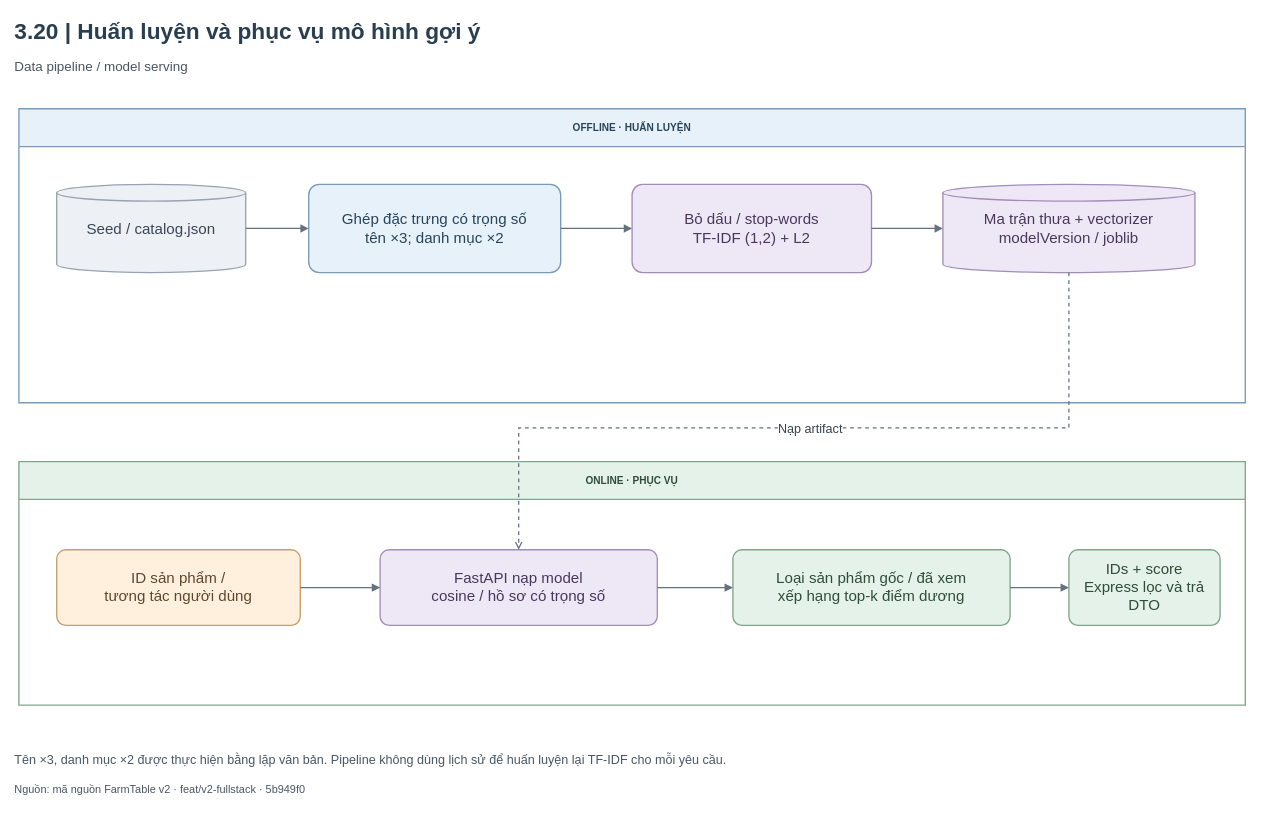
Before: FarmTable_Chuong3/So_do_BA/drawio/Hinh_3_20.drawio in hathu1272006-eng/PTWnangcao, a draw.io diagram. Source tidied: cells renumbered, new cells numbered last; positions are measured from the earlier drawing's top-left corner, leaving out a move shared by most shapes. Both pictures are drawn from the tidied source at 84%, with x=0, y=0 at pixel (14, 14).
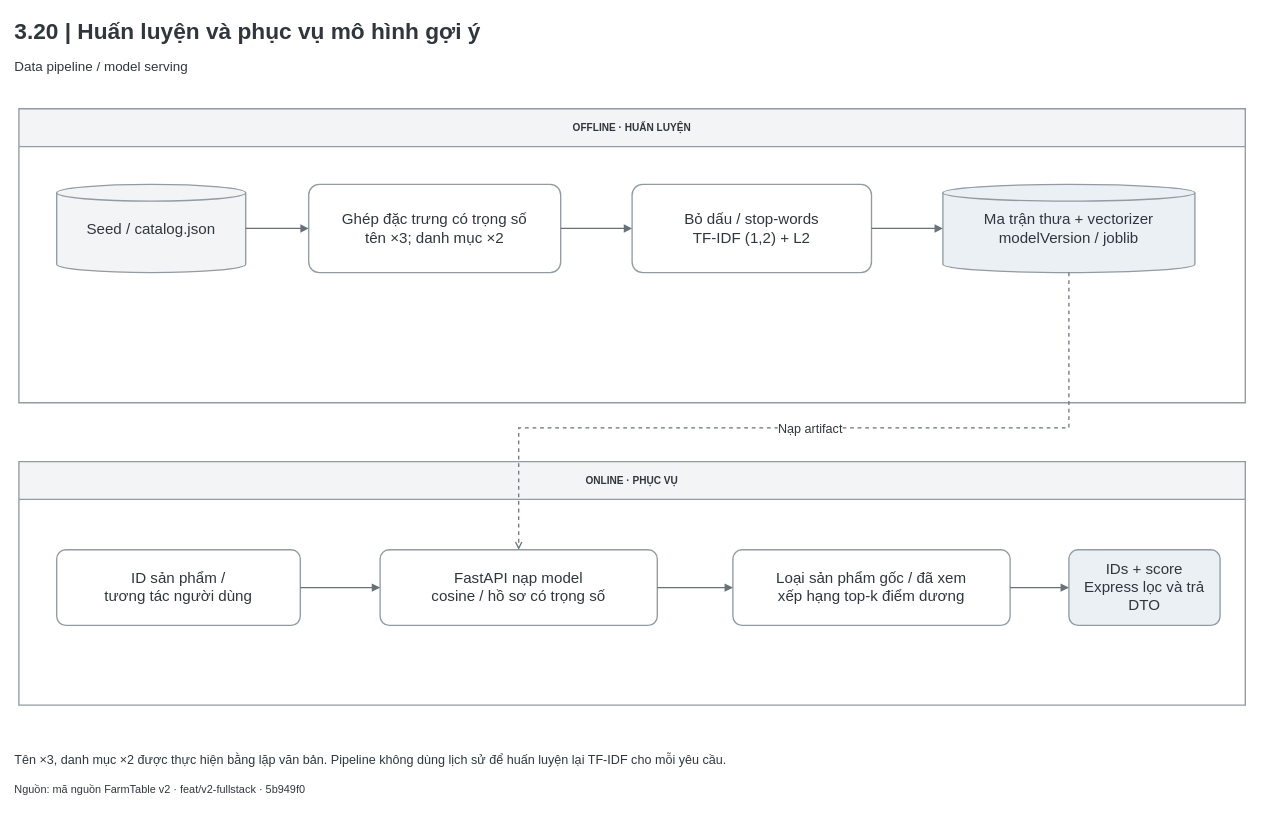
The same diagram, later.

Change to the diagram source:
```diff
@@
-    <mxCell id="2" value="3.20  |  Huấn luyện và phục vụ mô hình gợi ý" style="html=1;whiteSpace=wrap;fontFamily=Arial;fontSize=18;strokeColor=#245C47;strokeWidth=1.6;fillColor=#FFFFFF;spacing=8;text;strokeColor=none;fillColor=none;align=left;verticalAlign=middle;fontSize=27;fontStyle=1;spacing=0;fontColor=#293E50;" parent="1" vertex="1">
+    <mxCell id="2" value="3.20  |  Huấn luyện và phục vụ mô hình gợi ý" style="html=1;whiteSpace=wrap;fontFamily=Arial;fontSize=18;strokeColor=#245C47;strokeWidth=1.6;fillColor=#FFFFFF;spacing=8;text;strokeColor=none;fillColor=none;align=left;verticalAlign=middle;fontSize=27;fontStyle=1;spacing=0;fontColor=#30363D;" parent="1" vertex="1">
       <mxGeometry width="1480" height="40" as="geometry" />
     </mxCell>
-    <mxCell id="3" value="Data pipeline / model serving" style="html=1;whiteSpace=wrap;fontFamily=Arial;fontSize=18;strokeColor=#245C47;strokeWidth=1.6;fillColor=#FFFFFF;spacing=8;text;strokeColor=none;fillColor=none;align=left;verticalAlign=middle;fontSize=16;fontStyle=0;spacing=0;fontColor=#4A5563;" parent="1" vertex="1">
+    <mxCell id="3" value="Data pipeline / model serving" style="html=1;whiteSpace=wrap;fontFamily=Arial;fontSize=18;strokeColor=#245C47;strokeWidth=1.6;fillColor=#FFFFFF;spacing=8;text;strokeColor=none;fillColor=none;align=left;verticalAlign=middle;fontSize=16;fontStyle=0;spacing=0;fontColor=#30363D;" parent="1" vertex="1">
       <mxGeometry y="47" width="1480" height="28" as="geometry" />
     </mxCell>
-    <mxCell id="4" value="OFFLINE · HUẤN LUYỆN" style="html=1;whiteSpace=wrap;fontFamily=Arial;fontSize=18;strokeWidth=1.6;spacing=8;swimlane;horizontal=1;startSize=45;fontStyle=1;fillColor=#E7F1FA;strokeColor=#789AB8;fontColor=#29445A;swimlaneFillColor=#FFFFFF;" parent="1" vertex="1">
+    <mxCell id="4" value="OFFLINE · HUẤN LUYỆN" style="html=1;whiteSpace=wrap;fontFamily=Arial;fontSize=18;strokeWidth=1.6;spacing=8;swimlane;horizontal=1;startSize=45;fontStyle=1;fillColor=#F3F4F5;strokeColor=#929AA3;fontColor=#30363D;swimlaneFillColor=#FFFFFF;" parent="1" vertex="1">
       <mxGeometry x="5" y="112" width="1460" height="350" as="geometry" />
     </mxCell>
-    <mxCell id="5" value="Seed / catalog.json" style="html=1;whiteSpace=wrap;fontFamily=Arial;fontSize=18;strokeWidth=1.6;spacing=8;shape=cylinder3;size=10;fillColor=#EDF0F4;strokeColor=#98A3B1;fontColor=#3B4655;" parent="4" vertex="1">
+    <mxCell id="5" value="Seed / catalog.json" style="html=1;whiteSpace=wrap;fontFamily=Arial;fontSize=18;strokeWidth=1.6;spacing=8;shape=cylinder3;size=10;fillColor=#F3F4F5;strokeColor=#929AA3;fontColor=#30363D;" parent="4" vertex="1">
       <mxGeometry x="45" y="90" width="225" height="105" as="geometry" />
     </mxCell>
-    <mxCell id="6" value="Ghép đặc trưng có trọng số&lt;br/&gt;tên ×3; danh mục ×2" style="html=1;whiteSpace=wrap;fontFamily=Arial;fontSize=18;strokeWidth=1.6;spacing=8;rounded=1;arcSize=12;fillColor=#E7F1FA;strokeColor=#789AB8;fontColor=#29445A;" parent="4" vertex="1">
+    <mxCell id="6" value="Ghép đặc trưng có trọng số&lt;br/&gt;tên ×3; danh mục ×2" style="html=1;whiteSpace=wrap;fontFamily=Arial;fontSize=18;strokeWidth=1.6;spacing=8;rounded=1;arcSize=12;fillColor=#FFFFFF;strokeColor=#929AA3;fontColor=#30363D;" parent="4" vertex="1">
       <mxGeometry x="345" y="90" width="300" height="105" as="geometry" />
     </mxCell>
-    <mxCell id="7" value="Bỏ dấu / stop-words&lt;br/&gt;TF-IDF (1,2) + L2" style="html=1;whiteSpace=wrap;fontFamily=Arial;fontSize=18;strokeWidth=1.6;spacing=8;rounded=1;arcSize=12;fillColor=#EEE8F6;strokeColor=#A28DB9;fontColor=#49385B;" parent="4" vertex="1">
+    <mxCell id="7" value="Bỏ dấu / stop-words&lt;br/&gt;TF-IDF (1,2) + L2" style="html=1;whiteSpace=wrap;fontFamily=Arial;fontSize=18;strokeWidth=1.6;spacing=8;rounded=1;arcSize=12;fillColor=#FFFFFF;strokeColor=#929AA3;fontColor=#30363D;" parent="4" vertex="1">
       <mxGeometry x="730" y="90" width="285" height="105" as="geometry" />
     </mxCell>
-    <mxCell id="8" value="Ma trận thưa + vectorizer&lt;br/&gt;modelVersion / joblib" style="html=1;whiteSpace=wrap;fontFamily=Arial;fontSize=18;strokeWidth=1.6;spacing=8;shape=cylinder3;size=10;fillColor=#EEE8F6;strokeColor=#A28DB9;fontColor=#49385B;" parent="4" vertex="1">
+    <mxCell id="8" value="Ma trận thưa + vectorizer&lt;br/&gt;modelVersion / joblib" style="html=1;whiteSpace=wrap;fontFamily=Arial;fontSize=18;strokeWidth=1.6;spacing=8;shape=cylinder3;size=10;fillColor=#EAF0F3;strokeColor=#929AA3;fontColor=#30363D;" parent="4" vertex="1">
       <mxGeometry x="1100" y="90" width="300" height="105" as="geometry" />
     </mxCell>
-    <mxCell id="9" value="ONLINE · PHỤC VỤ" style="html=1;whiteSpace=wrap;fontFamily=Arial;fontSize=18;strokeWidth=1.6;spacing=8;swimlane;horizontal=1;startSize=45;fontStyle=1;fillColor=#E4F2E9;strokeColor=#7FA58B;fontColor=#304D3A;swimlaneFillColor=#FFFFFF;" parent="1" vertex="1">
+    <mxCell id="9" value="ONLINE · PHỤC VỤ" style="html=1;whiteSpace=wrap;fontFamily=Arial;fontSize=18;strokeWidth=1.6;spacing=8;swimlane;horizontal=1;startSize=45;fontStyle=1;fillColor=#F3F4F5;strokeColor=#929AA3;fontColor=#30363D;swimlaneFillColor=#FFFFFF;" parent="1" vertex="1">
       <mxGeometry x="5" y="532" width="1460" height="290" as="geometry" />
     </mxCell>
-    <mxCell id="10" value="ID sản phẩm /&lt;br/&gt;tương tác người dùng" style="html=1;whiteSpace=wrap;fontFamily=Arial;fontSize=18;strokeWidth=1.6;spacing=8;rounded=1;arcSize=12;fillColor=#FFF0DD;strokeColor=#C5A06C;fontColor=#5E482C;" parent="9" vertex="1">
+    <mxCell id="10" value="ID sản phẩm /&lt;br/&gt;tương tác người dùng" style="html=1;whiteSpace=wrap;fontFamily=Arial;fontSize=18;strokeWidth=1.6;spacing=8;rounded=1;arcSize=12;fillColor=#FFFFFF;strokeColor=#929AA3;fontColor=#30363D;" parent="9" vertex="1">
       <mxGeometry x="45" y="105" width="290" height="90" as="geometry" />
     </mxCell>
-    <mxCell id="11" value="FastAPI nạp model&lt;br/&gt;cosine / hồ sơ có trọng số" style="html=1;whiteSpace=wrap;fontFamily=Arial;fontSize=18;strokeWidth=1.6;spacing=8;rounded=1;arcSize=12;fillColor=#EEE8F6;strokeColor=#A28DB9;fontColor=#49385B;" parent="9" vertex="1">
+    <mxCell id="11" value="FastAPI nạp model&lt;br/&gt;cosine / hồ sơ có trọng số" style="html=1;whiteSpace=wrap;fontFamily=Arial;fontSize=18;strokeWidth=1.6;spacing=8;rounded=1;arcSize=12;fillColor=#FFFFFF;strokeColor=#929AA3;fontColor=#30363D;" parent="9" vertex="1">
       <mxGeometry x="430" y="105" width="330" height="90" as="geometry" />
     </mxCell>
-    <mxCell id="12" value="Loại sản phẩm gốc / đã xem&lt;br/&gt;xếp hạng top-k điểm dương" style="html=1;whiteSpace=wrap;fontFamily=Arial;fontSize=18;strokeWidth=1.6;spacing=8;rounded=1;arcSize=12;fillColor=#E4F2E9;strokeColor=#7FA58B;fontColor=#304D3A;" parent="9" vertex="1">
+    <mxCell id="12" value="Loại sản phẩm gốc / đã xem&lt;br/&gt;xếp hạng top-k điểm dương" style="html=1;whiteSpace=wrap;fontFamily=Arial;fontSize=18;strokeWidth=1.6;spacing=8;rounded=1;arcSize=12;fillColor=#FFFFFF;strokeColor=#929AA3;fontColor=#30363D;" parent="9" vertex="1">
       <mxGeometry x="850" y="105" width="330" height="90" as="geometry" />
     </mxCell>
-    <mxCell id="13" value="IDs + score&lt;br/&gt;Express lọc và trả DTO" style="html=1;whiteSpace=wrap;fontFamily=Arial;fontSize=18;strokeWidth=1.6;spacing=8;rounded=1;arcSize=12;fillColor=#E4F2E9;strokeColor=#7FA58B;fontColor=#304D3A;" parent="9" vertex="1">
+    <mxCell id="13" value="IDs + score&lt;br/&gt;Express lọc và trả DTO" style="html=1;whiteSpace=wrap;fontFamily=Arial;fontSize=18;strokeWidth=1.6;spacing=8;rounded=1;arcSize=12;fillColor=#EAF0F3;strokeColor=#929AA3;fontColor=#30363D;" parent="9" vertex="1">
       <mxGeometry x="1250" y="105" width="180" height="90" as="geometry" />
     </mxCell>
-    <mxCell id="14" style="edgeStyle=orthogonalEdgeStyle;rounded=0;jettySize=20;html=1;fontFamily=Arial;fontSize=15;labelBackgroundColor=#FFFFFF;strokeWidth=1.5;endArrow=block;endFill=1;exitX=1;exitY=0.5;entryX=0;entryY=0.5;exitDx=0;exitDy=0;entryDx=0;entryDy=0;strokeColor=#65717D;fontColor=#364152;" parent="1" edge="1" source="5" target="6">
+    <mxCell id="14" style="edgeStyle=orthogonalEdgeStyle;rounded=0;jettySize=20;html=1;fontFamily=Arial;fontSize=15;labelBackgroundColor=#FFFFFF;strokeWidth=1.5;endArrow=block;endFill=1;exitX=1;exitY=0.5;entryX=0;entryY=0.5;exitDx=0;exitDy=0;entryDx=0;entryDy=0;strokeColor=#68717A;fontColor=#30363D;" parent="1" edge="1" source="5" target="6">
       <mxGeometry relative="1" as="geometry" />
     </mxCell>
-    <mxCell id="15" style="edgeStyle=orthogonalEdgeStyle;rounded=0;jettySize=20;html=1;fontFamily=Arial;fontSize=15;labelBackgroundColor=#FFFFFF;strokeWidth=1.5;endArrow=block;endFill=1;exitX=1;exitY=0.5;entryX=0;entryY=0.5;exitDx=0;exitDy=0;entryDx=0;entryDy=0;strokeColor=#65717D;fontColor=#364152;" parent="1" edge="1" source="6" target="7">
+    <mxCell id="15" style="edgeStyle=orthogonalEdgeStyle;rounded=0;jettySize=20;html=1;fontFamily=Arial;fontSize=15;labelBackgroundColor=#FFFFFF;strokeWidth=1.5;endArrow=block;endFill=1;exitX=1;exitY=0.5;entryX=0;entryY=0.5;exitDx=0;exitDy=0;entryDx=0;entryDy=0;strokeColor=#68717A;fontColor=#30363D;" parent="1" edge="1" source="6" target="7">
       <mxGeometry relative="1" as="geometry" />
     </mxCell>
-    <mxCell id="16" style="edgeStyle=orthogonalEdgeStyle;rounded=0;jettySize=20;html=1;fontFamily=Arial;fontSize=15;labelBackgroundColor=#FFFFFF;strokeWidth=1.5;endArrow=block;endFill=1;exitX=1;exitY=0.5;entryX=0;entryY=0.5;exitDx=0;exitDy=0;entryDx=0;entryDy=0;strokeColor=#65717D;fontColor=#364152;" parent="1" edge="1" source="7" target="8">
+    <mxCell id="16" style="edgeStyle=orthogonalEdgeStyle;rounded=0;jettySize=20;html=1;fontFamily=Arial;fontSize=15;labelBackgroundColor=#FFFFFF;strokeWidth=1.5;endArrow=block;endFill=1;exitX=1;exitY=0.5;entryX=0;entryY=0.5;exitDx=0;exitDy=0;entryDx=0;entryDy=0;strokeColor=#68717A;fontColor=#30363D;" parent="1" edge="1" source="7" target="8">
       <mxGeometry relative="1" as="geometry" />
     </mxCell>
-    <mxCell id="17" style="edgeStyle=orthogonalEdgeStyle;rounded=0;jettySize=20;html=1;fontFamily=Arial;fontSize=15;labelBackgroundColor=#FFFFFF;strokeWidth=1.5;endArrow=block;endFill=1;exitX=1;exitY=0.5;entryX=0;entryY=0.5;exitDx=0;exitDy=0;entryDx=0;entryDy=0;strokeColor=#65717D;fontColor=#364152;" parent="1" edge="1" source="10" target="11">
+    <mxCell id="17" style="edgeStyle=orthogonalEdgeStyle;rounded=0;jettySize=20;html=1;fontFamily=Arial;fontSize=15;labelBackgroundColor=#FFFFFF;strokeWidth=1.5;endArrow=block;endFill=1;exitX=1;exitY=0.5;entryX=0;entryY=0.5;exitDx=0;exitDy=0;entryDx=0;entryDy=0;strokeColor=#68717A;fontColor=#30363D;" parent="1" edge="1" source="10" target="11">
       <mxGeometry relative="1" as="geometry" />
     </mxCell>
-    <mxCell id="18" style="edgeStyle=orthogonalEdgeStyle;rounded=0;jettySize=20;html=1;fontFamily=Arial;fontSize=15;labelBackgroundColor=#FFFFFF;strokeWidth=1.5;endArrow=block;endFill=1;exitX=1;exitY=0.5;entryX=0;entryY=0.5;exitDx=0;exitDy=0;entryDx=0;entryDy=0;strokeColor=#65717D;fontColor=#364152;" parent="1" edge="1" source="11" target="12">
+    <mxCell id="18" style="edgeStyle=orthogonalEdgeStyle;rounded=0;jettySize=20;html=1;fontFamily=Arial;fontSize=15;labelBackgroundColor=#FFFFFF;strokeWidth=1.5;endArrow=block;endFill=1;exitX=1;exitY=0.5;entryX=0;entryY=0.5;exitDx=0;exitDy=0;entryDx=0;entryDy=0;strokeColor=#68717A;fontColor=#30363D;" parent="1" edge="1" source="11" target="12">
       <mxGeometry relative="1" as="geometry" />
     </mxCell>
-    <mxCell id="19" style="edgeStyle=orthogonalEdgeStyle;rounded=0;jettySize=20;html=1;fontFamily=Arial;fontSize=15;labelBackgroundColor=#FFFFFF;strokeWidth=1.5;endArrow=block;endFill=1;exitX=1;exitY=0.5;entryX=0;entryY=0.5;exitDx=0;exitDy=0;entryDx=0;entryDy=0;strokeColor=#65717D;fontColor=#364152;" parent="1" edge="1" source="12" target="13">
+    <mxCell id="19" style="edgeStyle=orthogonalEdgeStyle;rounded=0;jettySize=20;html=1;fontFamily=Arial;fontSize=15;labelBackgroundColor=#FFFFFF;strokeWidth=1.5;endArrow=block;endFill=1;exitX=1;exitY=0.5;entryX=0;entryY=0.5;exitDx=0;exitDy=0;entryDx=0;entryDy=0;strokeColor=#68717A;fontColor=#30363D;" parent="1" edge="1" source="12" target="13">
       <mxGeometry relative="1" as="geometry" />
     </mxCell>
-    <mxCell id="20" value="Nạp artifact" style="edgeStyle=orthogonalEdgeStyle;rounded=0;jettySize=20;html=1;fontFamily=Arial;fontSize=15;labelBackgroundColor=#FFFFFF;strokeWidth=1.5;endArrow=block;endFill=1;dashed=1;endArrow=open;endFill=0;exitX=0.5;exitY=1;entryX=0.5;entryY=0;exitDx=0;exitDy=0;entryDx=0;entryDy=0;strokeColor=#65717D;fontColor=#364152;" parent="1" edge="1" source="8" target="11">
+    <mxCell id="20" value="Nạp artifact" style="edgeStyle=orthogonalEdgeStyle;rounded=0;jettySize=20;html=1;fontFamily=Arial;fontSize=15;labelBackgroundColor=#FFFFFF;strokeWidth=1.5;endArrow=block;endFill=1;dashed=1;endArrow=open;endFill=0;exitX=0.5;exitY=1;entryX=0.5;entryY=0;exitDx=0;exitDy=0;entryDx=0;entryDy=0;strokeColor=#68717A;fontColor=#30363D;" parent="1" edge="1" source="8" target="11">
       <mxGeometry relative="1" as="geometry">
         <Array as="points">
           <mxPoint x="1255" y="492" />
           <mxPoint x="600" y="492" />
         </Array>
       </mxGeometry>
     </mxCell>
-    <mxCell id="21" value="Tên ×3, danh mục ×2 được thực hiện bằng lặp văn bản. Pipeline không dùng lịch sử để huấn luyện lại TF-IDF cho mỗi yêu cầu." style="html=1;whiteSpace=wrap;fontFamily=Arial;fontSize=18;strokeColor=#245C47;strokeWidth=1.6;fillColor=#FFFFFF;spacing=8;text;strokeColor=none;fillColor=none;align=left;verticalAlign=middle;fontSize=15;fontStyle=0;spacing=0;fontColor=#4A5563;" parent="1" vertex="1">
+    <mxCell id="21" value="Tên ×3, danh mục ×2 được thực hiện bằng lặp văn bản. Pipeline không dùng lịch sử để huấn luyện lại TF-IDF cho mỗi yêu cầu." style="html=1;whiteSpace=wrap;fontFamily=Arial;fontSize=18;strokeColor=#245C47;strokeWidth=1.6;fillColor=#FFFFFF;spacing=8;text;strokeColor=none;fillColor=none;align=left;verticalAlign=middle;fontSize=15;fontStyle=0;spacing=0;fontColor=#30363D;" parent="1" vertex="1">
       <mxGeometry y="869" width="1480" height="35" as="geometry" />
     </mxCell>
-    <mxCell id="22" value="Nguồn: mã nguồn FarmTable v2 · feat/v2-fullstack · 5b949f0" style="html=1;whiteSpace=wrap;fontFamily=Arial;fontSize=18;strokeColor=#245C47;strokeWidth=1.6;fillColor=#FFFFFF;spacing=8;text;strokeColor=none;fillColor=none;align=left;verticalAlign=middle;fontSize=13;fontStyle=0;spacing=0;fontColor=#4A5563;" parent="1" vertex="1">
+    <mxCell id="22" value="Nguồn: mã nguồn FarmTable v2 · feat/v2-fullstack · 5b949f0" style="html=1;whiteSpace=wrap;fontFamily=Arial;fontSize=18;strokeColor=#245C47;strokeWidth=1.6;fillColor=#FFFFFF;spacing=8;text;strokeColor=none;fillColor=none;align=left;verticalAlign=middle;fontSize=13;fontStyle=0;spacing=0;fontColor=#30363D;" parent="1" vertex="1">
       <mxGeometry y="910" width="1480" height="24" as="geometry" />
     </mxCell>
```
